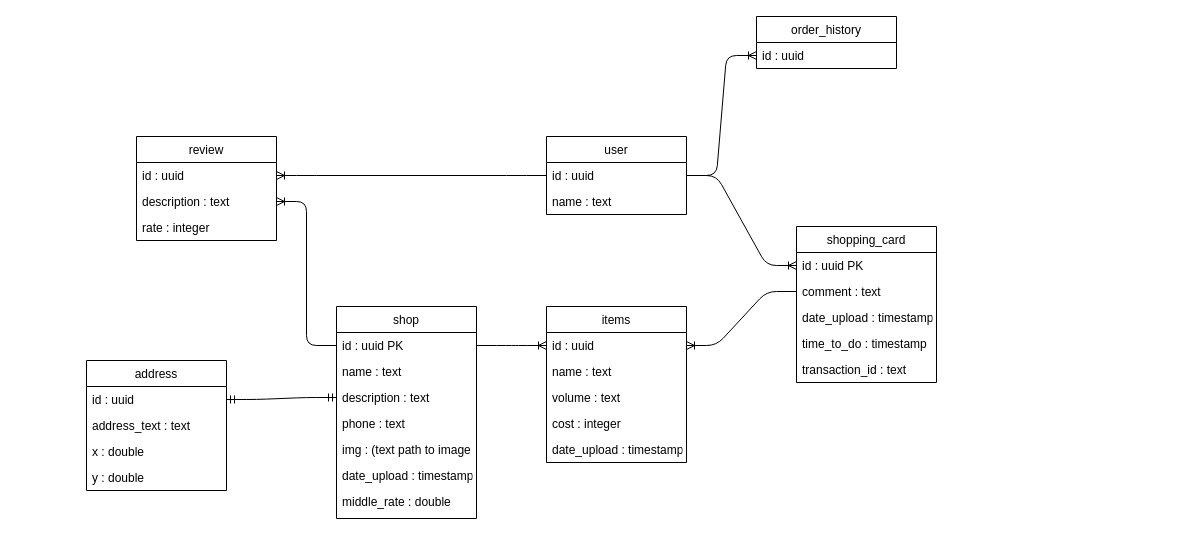
This is no_sresso_bd.drawio from kaemetronon/coffee-back, a draw.io file, before an edit. Source tidied: cells renumbered, new cells numbered last; positions are measured from the earlier drawing's top-left corner, leaving out a move shared by most shapes. Both pictures are drawn from the tidied source at 100%, with x=0, y=0 at pixel (86, 16).
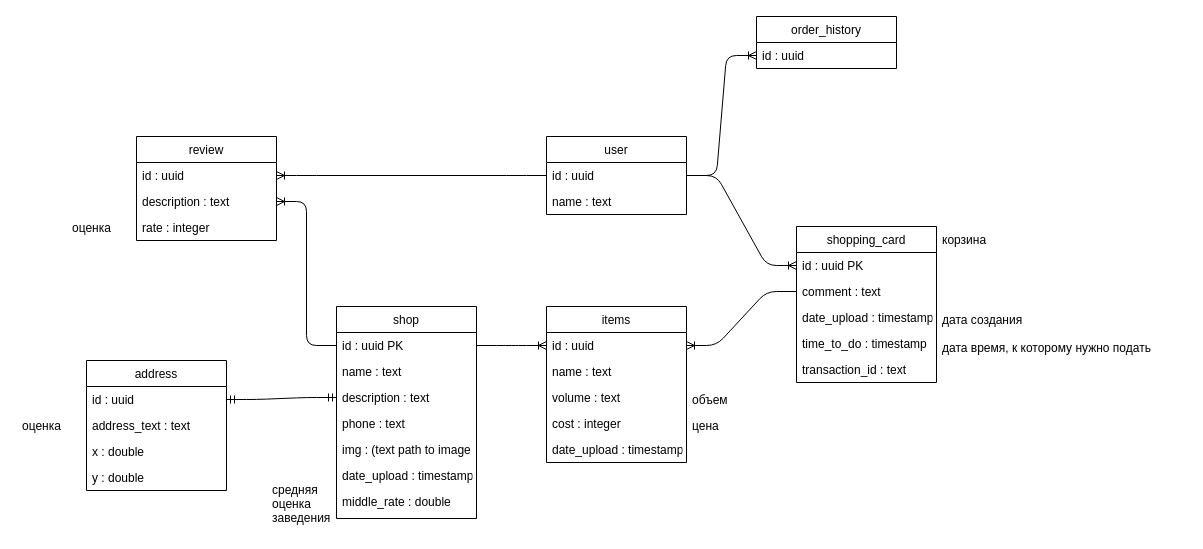
The same page after the edit.

The edit, as a diff of the source:
```diff
@@
+    <mxCell id="43" value="оценка" style="text;strokeColor=none;fillColor=none;align=left;verticalAlign=top;spacingLeft=4;spacingRight=4;overflow=hidden;" parent="1" vertex="1">
+      <mxGeometry x="-20" y="198" width="70" height="26" as="geometry" />
+    </mxCell>
+    <mxCell id="44" value="оценка" style="text;strokeColor=none;fillColor=none;align=left;verticalAlign=top;spacingLeft=4;spacingRight=4;overflow=hidden;" parent="1" vertex="1">
+      <mxGeometry x="-70" y="396" width="70" height="26" as="geometry" />
+    </mxCell>
+    <mxCell id="45" value="средняя&#10;оценка&#10;заведения" style="text;strokeColor=none;fillColor=none;align=left;verticalAlign=top;spacingLeft=4;spacingRight=4;overflow=hidden;" parent="1" vertex="1">
+      <mxGeometry x="180" y="460" width="70" height="56" as="geometry" />
+    </mxCell>
+    <mxCell id="46" value="объем" style="text;strokeColor=none;fillColor=none;align=left;verticalAlign=top;spacingLeft=4;spacingRight=4;overflow=hidden;" parent="1" vertex="1">
+      <mxGeometry x="600" y="370" width="70" height="26" as="geometry" />
+    </mxCell>
+    <mxCell id="47" value="цена" style="text;strokeColor=none;fillColor=none;align=left;verticalAlign=top;spacingLeft=4;spacingRight=4;overflow=hidden;" parent="1" vertex="1">
+      <mxGeometry x="600" y="396" width="70" height="26" as="geometry" />
+    </mxCell>
+    <mxCell id="48" value="корзина" style="text;strokeColor=none;fillColor=none;align=left;verticalAlign=top;spacingLeft=4;spacingRight=4;overflow=hidden;" parent="1" vertex="1">
+      <mxGeometry x="850" y="210" width="70" height="26" as="geometry" />
+    </mxCell>
+    <mxCell id="49" value="дата создания" style="text;strokeColor=none;fillColor=none;align=left;verticalAlign=top;spacingLeft=4;spacingRight=4;overflow=hidden;" parent="1" vertex="1">
+      <mxGeometry x="850" y="290" width="110" height="26" as="geometry" />
+    </mxCell>
+    <mxCell id="50" value="дата время, к которому нужно подать" style="text;strokeColor=none;fillColor=none;align=left;verticalAlign=top;spacingLeft=4;spacingRight=4;overflow=hidden;" parent="1" vertex="1">
+      <mxGeometry x="850" y="318" width="250" height="26" as="geometry" />
+    </mxCell>
```
